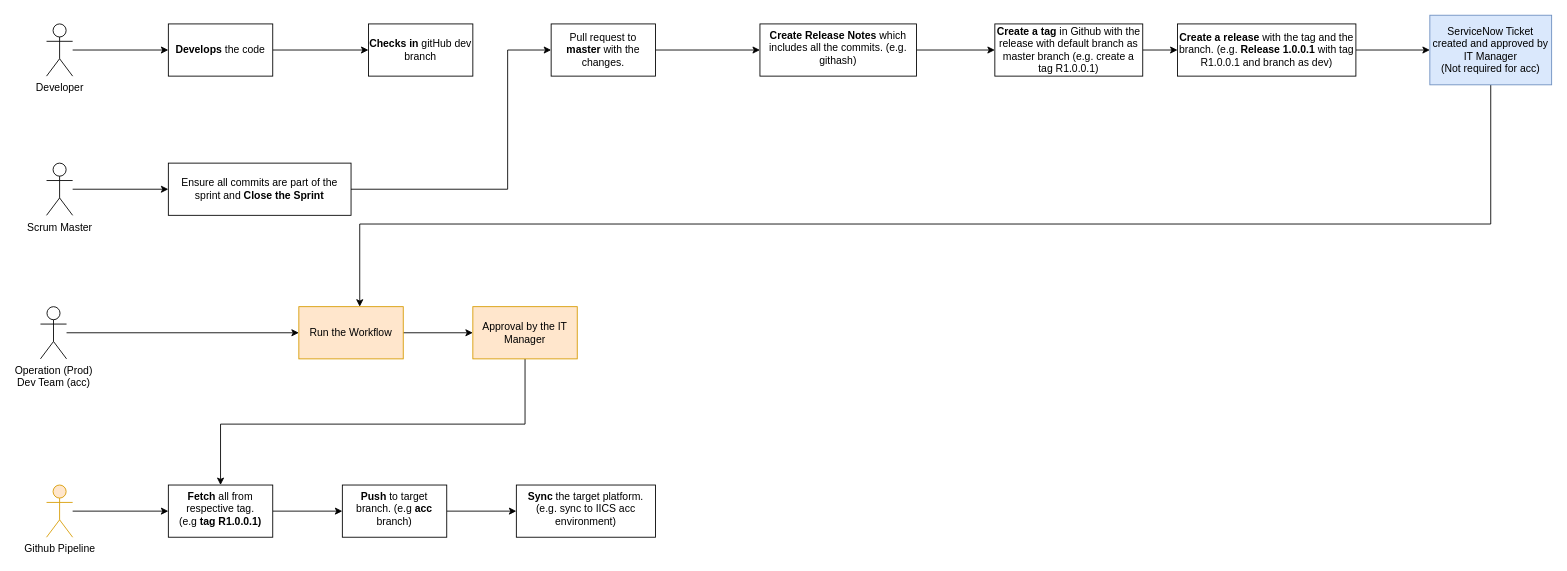
The draw.io diagram page "CI-CD-Workflow" (25 of 25) of OT.drawio in biswarup81/drawings, before the edit. Source tidied: cells renumbered, new cells numbered last; positions are measured from the earlier drawing's top-left corner, leaving out a move shared by most shapes. Both pictures are drawn from the tidied source at 87%, with x=0, y=0 at pixel (40, 15).
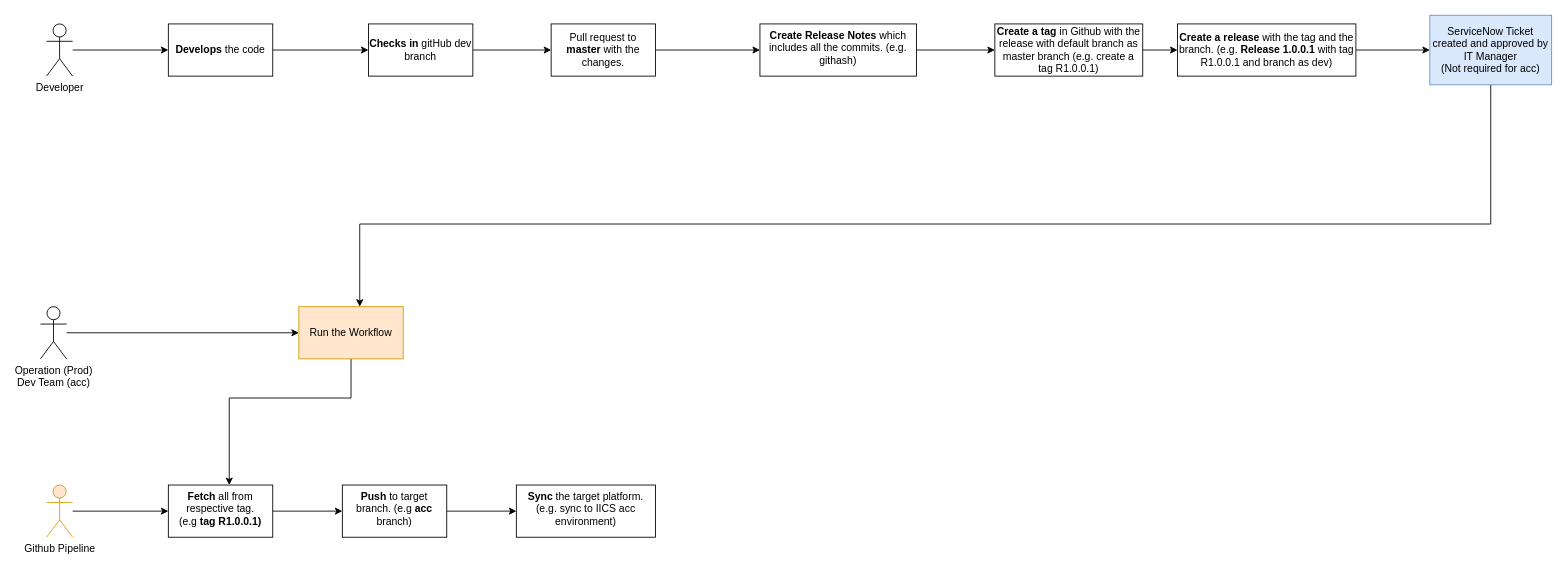
The same diagram, later.

The change refers to these unchanged cells:
```xml
<mxCell id="6" value="&lt;b&gt;Checks in&lt;/b&gt; gitHub dev branch" style="rounded=0;whiteSpace=wrap;html=1;" parent="1" vertex="1">
  <mxGeometry x="377" y="10" width="120" height="60" as="geometry" />
</mxCell>
<mxCell id="12" value="Run the Workflow" style="whiteSpace=wrap;html=1;verticalAlign=middle;fillColor=#ffe6cc;strokeColor=#d79b00;" parent="1" vertex="1">
  <mxGeometry x="297" y="335" width="120" height="60" as="geometry" />
</mxCell>
<mxCell id="18" value="&lt;b&gt;Fetch &lt;/b&gt;all from respective tag. (e.g&amp;nbsp;&lt;b&gt;tag R1.0.0.1)&lt;/b&gt;" style="whiteSpace=wrap;html=1;verticalAlign=top;" parent="1" vertex="1">
  <mxGeometry x="147" y="540" width="120" height="60" as="geometry" />
</mxCell>
<mxCell id="33" value="Pull request to &lt;b&gt;master &lt;/b&gt;with the changes." style="rounded=0;whiteSpace=wrap;html=1;" parent="1" vertex="1">
  <mxGeometry x="587" y="10" width="120" height="60" as="geometry" />
</mxCell>
```

The edit, as a diff of the source:
```diff
@@
+    <mxCell id="34" style="edgeStyle=orthogonalEdgeStyle;rounded=0;jettySize=auto;html=1;" parent="1" edge="1" source="6" target="33">
+      <mxGeometry relative="1" as="geometry" />
+    </mxCell>
@@
-    <mxCell id="7" style="edgeStyle=orthogonalEdgeStyle;rounded=0;jettySize=auto;html=1;" parent="1" edge="1" source="8" target="9">
-      <mxGeometry relative="1" as="geometry" />
-    </mxCell>
-    <mxCell id="8" value="Scrum Master" style="shape=umlActor;verticalLabelPosition=bottom;verticalAlign=top;html=1;outlineConnect=0;" parent="1" vertex="1">
-      <mxGeometry x="7" y="170" width="30" height="60" as="geometry" />
-    </mxCell>
-    <mxCell id="9" value="Ensure all commits are part of the sprint and &lt;b&gt;Close the Sprint&lt;/b&gt;" style="whiteSpace=wrap;html=1;verticalAlign=middle;" parent="1" vertex="1">
-      <mxGeometry x="147" y="170" width="210" height="60" as="geometry" />
-    </mxCell>
-    <mxCell id="10" style="edgeStyle=orthogonalEdgeStyle;rounded=0;jettySize=auto;html=1;exitX=0.5;exitY=1;exitDx=0;exitDy=0;" parent="1" edge="1" source="30" target="18">
-      <mxGeometry relative="1" as="geometry">
-        <Array as="points">
-          <mxPoint x="557" y="470" />
-          <mxPoint x="207" y="470" />
-        </Array>
-      </mxGeometry>
-    </mxCell>
-    <mxCell id="11" style="edgeStyle=orthogonalEdgeStyle;rounded=0;jettySize=auto;html=1;" parent="1" edge="1" source="12" target="30">
-      <mxGeometry relative="1" as="geometry" />
-    </mxCell>
+    <mxCell id="35" style="edgeStyle=orthogonalEdgeStyle;rounded=0;jettySize=auto;html=1;" parent="1" edge="1" source="12" target="18">
+      <mxGeometry relative="1" as="geometry">
+        <Array as="points">
+          <mxPoint x="357" y="440" />
+          <mxPoint x="217" y="440" />
+        </Array>
+      </mxGeometry>
+    </mxCell>
@@
-    <mxCell id="30" value="Approval by the IT Manager" style="whiteSpace=wrap;html=1;fillColor=#ffe6cc;strokeColor=#d79b00;" parent="1" vertex="1">
-      <mxGeometry x="497" y="335" width="120" height="60" as="geometry" />
-    </mxCell>
-    <mxCell id="31" style="edgeStyle=orthogonalEdgeStyle;rounded=0;jettySize=auto;html=1;entryX=0;entryY=0.5;entryDx=0;entryDy=0;" parent="1" edge="1" source="9" target="33">
-      <mxGeometry relative="1" as="geometry">
-        <Array as="points">
-          <mxPoint x="537" y="200" />
-          <mxPoint x="537" y="40" />
-        </Array>
-      </mxGeometry>
-    </mxCell>
```
